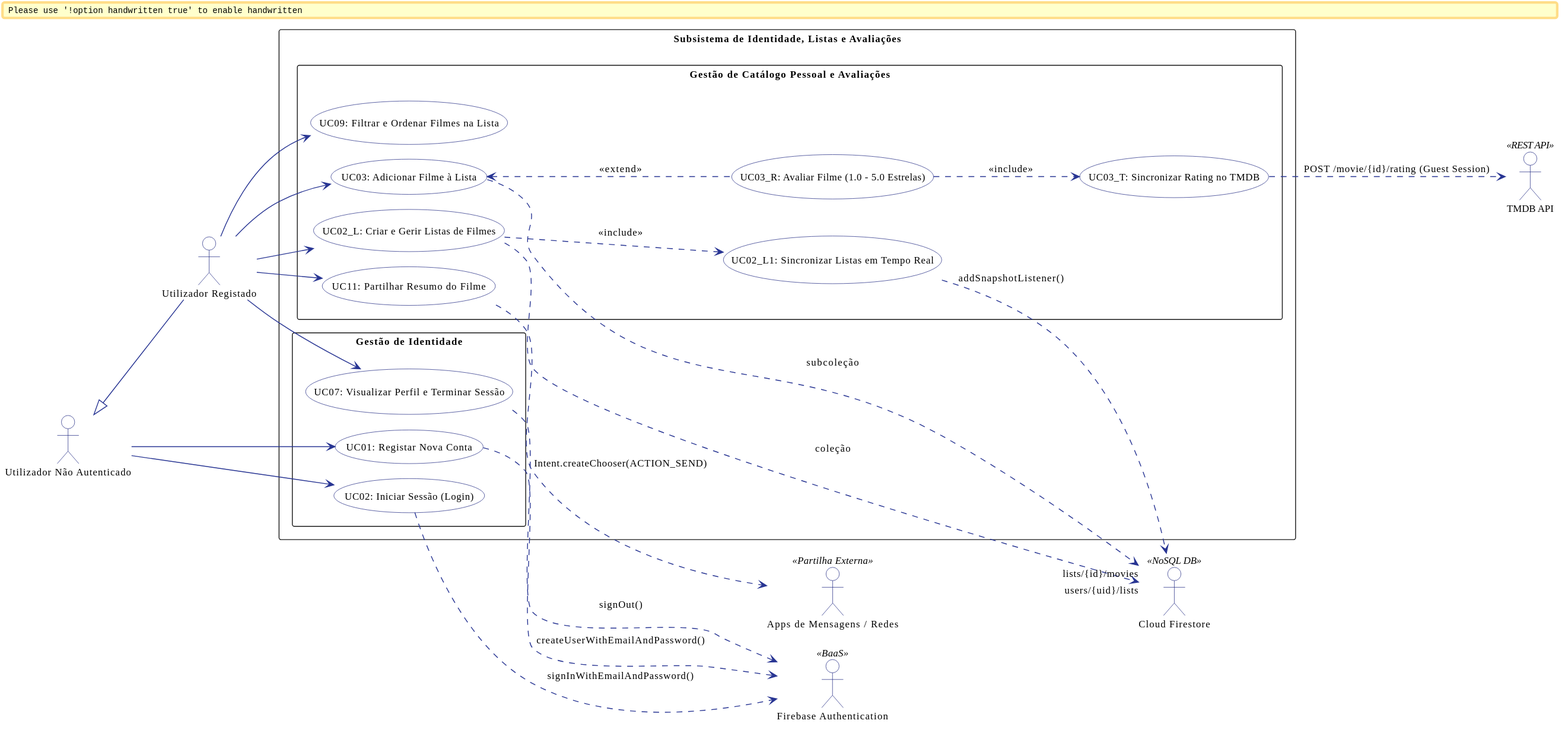
Above: docs/global-artifacts/svg/ucd_lists_auth.svg in Andre-1240567/DSSMV_ProjectDroid_1240567_1241013 (PlantUML), before the change. Source of this version:
```plantuml
@startuml
skinparam handwritten false
skinparam monochrome false
skinparam shadowing false
skinparam defaultFontName "Helvetica, Arial, sans-serif"
skinparam defaultFontSize 12
skinparam packageStyle rectangle

skinparam actor {
    BackgroundColor #FFFFFF
    BorderColor #1A237E
}

skinparam usecase {
    BackgroundColor #FFFFFF
    BorderColor #1A237E
    ArrowColor #283593
}

left to right direction

actor "Utilizador Não Autenticado" as Guest
actor "Utilizador Registado" as AuthUser
actor "Firebase Authentication" as FbAuth <<BaaS>>
actor "Cloud Firestore" as Firestore <<NoSQL DB>>
actor "TMDB API" as TMDB <<REST API>>
actor "Apps de Mensagens / Redes" as SocialApps <<Partilha Externa>>

AuthUser -up-|> Guest

rectangle "Subsistema de Identidade, Listas e Avaliações" {
    package "Gestão de Identidade" {
        usecase "UC01: Registar Nova Conta" as UC01
        usecase "UC02: Iniciar Sessão (Login)" as UC02
        usecase "UC07: Visualizar Perfil e Terminar Sessão" as UC07
    }

    package "Gestão de Catálogo Pessoal e Avaliações" {
        usecase "UC02_L: Criar e Gerir Listas de Filmes" as UC02_L
        usecase "UC02_L1: Sincronizar Listas em Tempo Real" as UC02_L1
        usecase "UC03: Adicionar Filme à Lista" as UC03
        usecase "UC03_R: Avaliar Filme (1.0 - 5.0 Estrelas)" as UC03_R
        usecase "UC03_T: Sincronizar Rating no TMDB" as UC03_T
        usecase "UC09: Filtrar e Ordenar Filmes na Lista" as UC09
        usecase "UC11: Partilhar Resumo do Filme" as UC11
    }
}

Guest --> UC01
Guest --> UC02

AuthUser --> UC07
AuthUser --> UC02_L
AuthUser --> UC03
AuthUser --> UC09
AuthUser --> UC11

UC02_L ..> UC02_L1 : <<include>>
UC03 <.. UC03_R : <<extend>>
UC03_R ..> UC03_T : <<include>>

UC01 ..> FbAuth : createUserWithEmailAndPassword()
UC02 ..> FbAuth : signInWithEmailAndPassword()
UC07 ..> FbAuth : signOut()

UC02_L ..> Firestore : coleção "users/{uid}/lists"
UC02_L1 ..> Firestore : addSnapshotListener()
UC03 ..> Firestore : subcoleção "lists/{id}/movies"
UC03_T ..> TMDB : POST /movie/{id}/rating (Guest Session)

UC11 ..> SocialApps : Intent.createChooser(ACTION_SEND)
@enduml
```
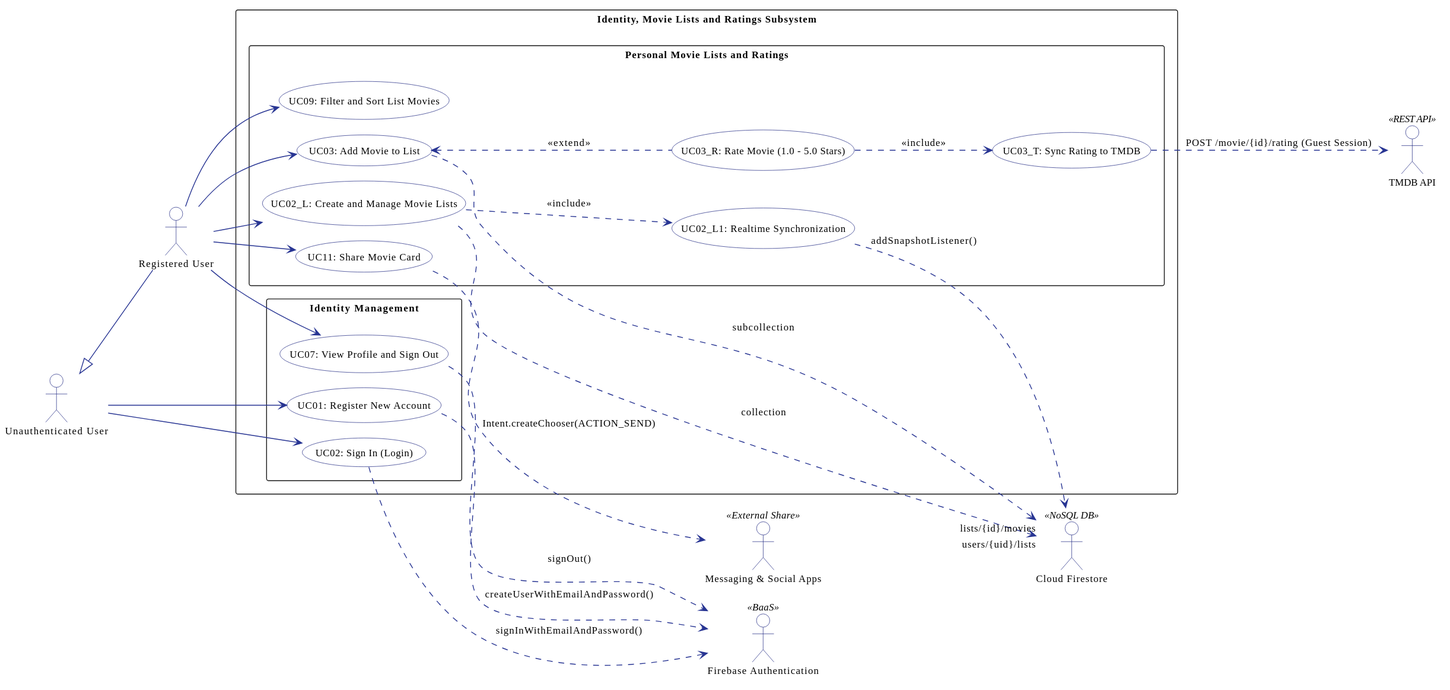
Above is the later version.

Change to the diagram source:
```diff
@@ -1,5 +1,4 @@
 @startuml
-skinparam handwritten false
 skinparam monochrome false
 skinparam shadowing false
 skinparam defaultFontName "Helvetica, Arial, sans-serif"
@@ -19,30 +18,30 @@
 
 left to right direction
 
-actor "Utilizador Não Autenticado" as Guest
-actor "Utilizador Registado" as AuthUser
+actor "Unauthenticated User" as Guest
+actor "Registered User" as AuthUser
 actor "Firebase Authentication" as FbAuth <<BaaS>>
 actor "Cloud Firestore" as Firestore <<NoSQL DB>>
 actor "TMDB API" as TMDB <<REST API>>
-actor "Apps de Mensagens / Redes" as SocialApps <<Partilha Externa>>
+actor "Messaging & Social Apps" as SocialApps <<External Share>>
 
 AuthUser -up-|> Guest
 
-rectangle "Subsistema de Identidade, Listas e Avaliações" {
-    package "Gestão de Identidade" {
-        usecase "UC01: Registar Nova Conta" as UC01
-        usecase "UC02: Iniciar Sessão (Login)" as UC02
-        usecase "UC07: Visualizar Perfil e Terminar Sessão" as UC07
+rectangle "Identity, Movie Lists and Ratings Subsystem" {
+    package "Identity Management" {
+        usecase "UC01: Register New Account" as UC01
+        usecase "UC02: Sign In (Login)" as UC02
+        usecase "UC07: View Profile and Sign Out" as UC07
     }
 
-    package "Gestão de Catálogo Pessoal e Avaliações" {
-        usecase "UC02_L: Criar e Gerir Listas de Filmes" as UC02_L
-        usecase "UC02_L1: Sincronizar Listas em Tempo Real" as UC02_L1
-        usecase "UC03: Adicionar Filme à Lista" as UC03
-        usecase "UC03_R: Avaliar Filme (1.0 - 5.0 Estrelas)" as UC03_R
-        usecase "UC03_T: Sincronizar Rating no TMDB" as UC03_T
-        usecase "UC09: Filtrar e Ordenar Filmes na Lista" as UC09
-        usecase "UC11: Partilhar Resumo do Filme" as UC11
+    package "Personal Movie Lists and Ratings" {
+        usecase "UC02_L: Create and Manage Movie Lists" as UC02_L
+        usecase "UC02_L1: Realtime Synchronization" as UC02_L1
+        usecase "UC03: Add Movie to List" as UC03
+        usecase "UC03_R: Rate Movie (1.0 - 5.0 Stars)" as UC03_R
+        usecase "UC03_T: Sync Rating to TMDB" as UC03_T
+        usecase "UC09: Filter and Sort List Movies" as UC09
+        usecase "UC11: Share Movie Card" as UC11
     }
 }
 
@@ -63,9 +62,9 @@
 UC02 ..> FbAuth : signInWithEmailAndPassword()
 UC07 ..> FbAuth : signOut()
 
-UC02_L ..> Firestore : coleção "users/{uid}/lists"
+UC02_L ..> Firestore : collection "users/{uid}/lists"
 UC02_L1 ..> Firestore : addSnapshotListener()
-UC03 ..> Firestore : subcoleção "lists/{id}/movies"
+UC03 ..> Firestore : subcollection "lists/{id}/movies"
 UC03_T ..> TMDB : POST /movie/{id}/rating (Guest Session)
 
 UC11 ..> SocialApps : Intent.createChooser(ACTION_SEND)
```
